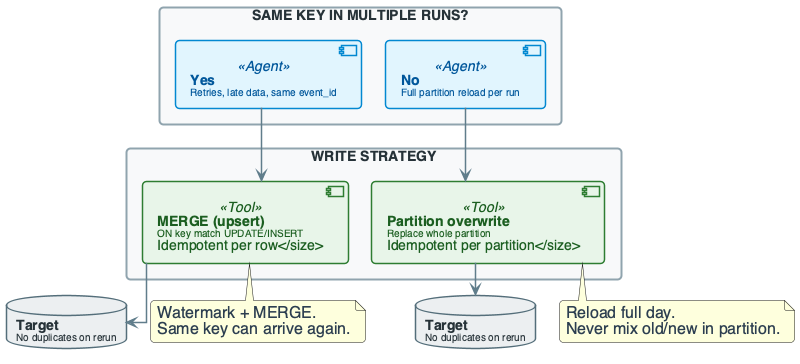
OrPerets/data-engineering-course keeps this PlantUML diagram as diagrams/week14/week14_practice_slide18_reasoning_pipeline_choice.png. Above is the earlier version.
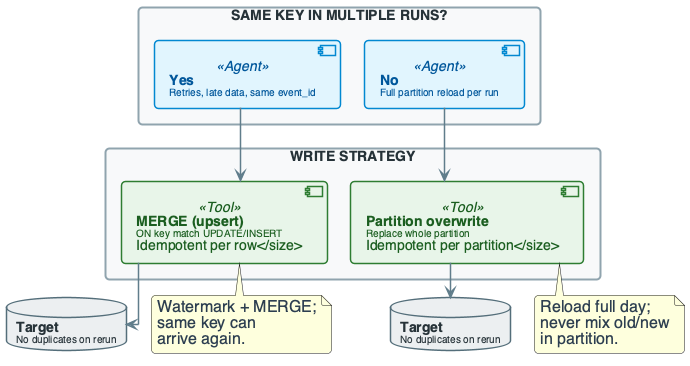
Above is the later version.

Diff of the diagram source:
```diff
@@ -136,7 +136,7 @@
 MERGE --> T1
 OVER --> T2
 
-note bottom of MERGE : Watermark + MERGE.\nSame key can arrive again.
-note bottom of OVER : Reload full day.\nNever mix old/new in partition.
+note bottom of MERGE : Watermark + MERGE;\nsame key can\narrive again.
+note bottom of OVER : Reload full day;\nnever mix old/new\nin partition.
 
 @enduml
```
